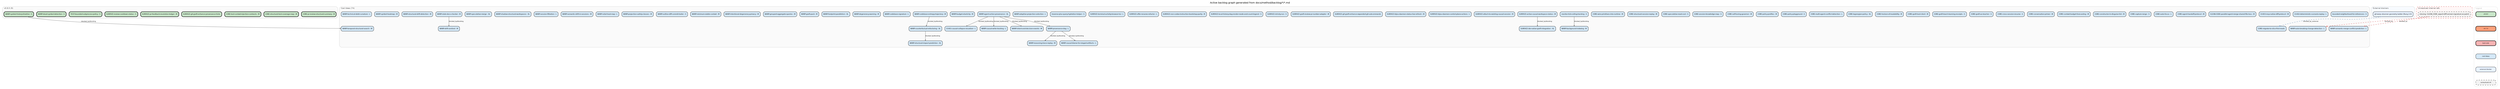
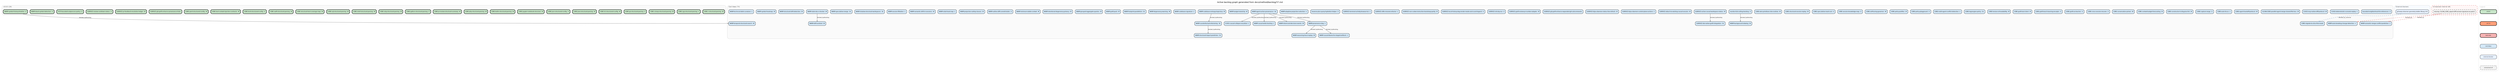
digraph backlog {
  rankdir=TB
  fontname="Helvetica"
  label="Active backlog graph generated from docs/method/backlog/*/*.md"
  labelloc=t
  fontsize=12
  node [shape=box style="rounded,filled" fontname="Helvetica" fontsize=8 margin="0.1,0.05" height=0.35]
  edge [color="#666666" arrowsize=0.5 fontname="Helvetica" fontsize=7]
  newrank=true
  ranksep=0.55
  nodesep=0.2

  subgraph cluster_v0_8_0 {
-     label="v0.8.0 (9)" labeljust=l fontsize=9 fontcolor="#555555"
+     label="v0.8.0 (26)" labeljust=l fontsize=9 fontcolor="#555555"
    style=rounded color="#cccccc" bgcolor="#fafafa"
+     v0_8_0_CORE_c_structural_parsing [label="CORE-c-structural-parsing - M" fillcolor="#C8E6C9" penwidth=2]
+     v0_8_0_CORE_cpp_structural_parsing [label="CORE-cpp-structural-parsing - L" fillcolor="#C8E6C9" penwidth=2]
+     v0_8_0_CORE_csharp_structural_parsing [label="CORE-csharp-structural-parsing - M" fillcolor="#C8E6C9" penwidth=2]
+     v0_8_0_CORE_go_structural_parsing [label="CORE-go-structural-parsing - S" fillcolor="#C8E6C9" penwidth=2]
+     v0_8_0_CORE_hcl_structured_config [label="CORE-hcl-structured-config - M" fillcolor="#C8E6C9" penwidth=2]
+     v0_8_0_CORE_java_structural_parsing [label="CORE-java-structural-parsing - M" fillcolor="#C8E6C9" penwidth=2]
+     v0_8_0_CORE_json_structured_config [label="CORE-json-structured-config - S" fillcolor="#C8E6C9" penwidth=2]
+     v0_8_0_CORE_jupyter_notebook_structure [label="CORE-jupyter-notebook-structure - M" fillcolor="#C8E6C9" penwidth=2]
+     v0_8_0_CORE_kotlin_structural_parsing [label="CORE-kotlin-structural-parsing - M" fillcolor="#C8E6C9" penwidth=2]
+     v0_8_0_CORE_php_structural_parsing [label="CORE-php-structural-parsing - M" fillcolor="#C8E6C9" penwidth=2]
    v0_8_0_CORE_pr_review_structural_summary [label="CORE-pr-review-structural-summary - M" fillcolor="#C8E6C9" penwidth=2]
+     v0_8_0_CORE_python_structural_parsing [label="CORE-python-structural-parsing - S" fillcolor="#C8E6C9" penwidth=2]
+     v0_8_0_CORE_ruby_structural_parsing [label="CORE-ruby-structural-parsing - M" fillcolor="#C8E6C9" penwidth=2]
+     v0_8_0_CORE_shell_structural_parsing [label="CORE-shell-structural-parsing - M" fillcolor="#C8E6C9" penwidth=2]
+     v0_8_0_CORE_sql_structural_parsing [label="CORE-sql-structural-parsing - M" fillcolor="#C8E6C9" penwidth=2]
    v0_8_0_CORE_structural_test_coverage_map [label="CORE-structural-test-coverage-map - M" fillcolor="#C8E6C9" penwidth=2]
+     v0_8_0_CORE_swift_structural_parsing [label="CORE-swift-structural-parsing - M" fillcolor="#C8E6C9" penwidth=2]
+     v0_8_0_CORE_toml_structured_config [label="CORE-toml-structured-config - S" fillcolor="#C8E6C9" penwidth=2]
    v0_8_0_CORE_tool_context_injection_contracts [label="CORE-tool-context-injection-contracts - M" fillcolor="#C8E6C9" penwidth=2]
+     v0_8_0_CORE_yaml_structured_config [label="CORE-yaml-structured-config - M" fillcolor="#C8E6C9" penwidth=2]
    v0_8_0_SURFACE_git_graft_enhance_provenance_hints [label="SURFACE-git-graft-enhance-provenance-hints" fillcolor="#C8E6C9" penwidth=2]
    v0_8_0_SURFACE_pr_feedback_resolution_ledger [label="SURFACE-pr-feedback-resolution-ledger - M" fillcolor="#C8E6C9" penwidth=2]
    v0_8_0_SURFACE_review_cooldown_status [label="SURFACE-review-cooldown-status - S" fillcolor="#C8E6C9" penwidth=2]
    v0_8_0_TEST_bounded_subprocess_policy [label="TEST-bounded-subprocess-policy - S" fillcolor="#C8E6C9" penwidth=2]
    v0_8_0_WARP_dead_symbol_detection [label="WARP-dead-symbol-detection - S" fillcolor="#C8E6C9" penwidth=2]
    v0_8_0_WARP_symbol_history_timeline [label="WARP-symbol-history-timeline - S" fillcolor="#C8E6C9" penwidth=2]
  }

  subgraph cluster_cool_ideas {
    label="Cool Ideas (74)" labeljust=l fontsize=9 fontcolor="#555555"
    style=rounded color="#cccccc" bgcolor="#fafafa"
    cool_ideas_bounded_neighborhood_for_references [label="bounded-neighborhood-for-references - S" fillcolor="#D4E8F7" penwidth=1]
    cool_ideas_CI_001_causal_collapse_visualizer [label="CI-001-causal-collapse-visualizer - L" fillcolor="#D4E8F7" penwidth=1]
    cool_ideas_CI_002_deterministic_scenario_replay [label="CI-002-deterministic-scenario-replay - L" fillcolor="#D4E8F7" penwidth=1]
    cool_ideas_CI_003_mcp_native_diff_protocol [label="CI-003-mcp-native-diff-protocol - M" fillcolor="#D4E8F7" penwidth=1]
    cool_ideas_CLEAN_CODE_parallel_agent_merge_shared_file_loss [label="CLEAN-CODE-parallel-agent-merge-shared-file-loss - M" fillcolor="#D4E8F7" penwidth=1]
    cool_ideas_CORE_agent_handoff_protocol [label="CORE-agent-handoff-protocol - M" fillcolor="#D4E8F7" penwidth=1]
    cool_ideas_CORE_auto_focus [label="CORE-auto-focus - L" fillcolor="#D4E8F7" penwidth=1]
    cool_ideas_CORE_capture_range [label="CORE-capture-range - S" fillcolor="#D4E8F7" penwidth=1]
    cool_ideas_CORE_constructor_in_disguise_lint [label="CORE-constructor-in-disguise-lint - M" fillcolor="#D4E8F7" penwidth=1]
    cool_ideas_CORE_context_budget_forecasting [label="CORE-context-budget-forecasting - M" fillcolor="#D4E8F7" penwidth=1]
    cool_ideas_CORE_conversation_primer [label="CORE-conversation-primer - M" fillcolor="#D4E8F7" penwidth=1]
    cool_ideas_CORE_cross_session_resume [label="CORE-cross-session-resume - S" fillcolor="#D4E8F7" penwidth=1]
    cool_ideas_CORE_graft_as_teacher [label="CORE-graft-as-teacher - S" fillcolor="#D4E8F7" penwidth=1]
    cool_ideas_CORE_graft_teach_learning_receipts [label="CORE-graft-teach-learning-receipts - S" fillcolor="#D4E8F7" penwidth=1]
    cool_ideas_CORE_graft_tool_client [label="CORE-graft-tool-client - M" fillcolor="#D4E8F7" penwidth=1]
    cool_ideas_CORE_horizon_of_readability [label="CORE-horizon-of-readability - M" fillcolor="#D4E8F7" penwidth=1]
    cool_ideas_CORE_lagrangian_policy [label="CORE-lagrangian-policy - XL" fillcolor="#D4E8F7" penwidth=1]
    cool_ideas_CORE_migrate_to_slice_first_reads [label="CORE-migrate-to-slice-first-reads" fillcolor="#D4E8F7" penwidth=1]
    cool_ideas_CORE_multi_agent_conflict_detection [label="CORE-multi-agent-conflict-detection - L" fillcolor="#D4E8F7" penwidth=1]
    cool_ideas_CORE_policy_playground [label="CORE-policy-playground - S" fillcolor="#D4E8F7" penwidth=1]
    cool_ideas_CORE_policy_profiles [label="CORE-policy-profiles - M" fillcolor="#D4E8F7" penwidth=1]
    cool_ideas_CORE_self_tuning_governor [label="CORE-self-tuning-governor - M" fillcolor="#D4E8F7" penwidth=1]
    cool_ideas_CORE_session_knowledge_map [label="CORE-session-knowledge-map - S" fillcolor="#D4E8F7" penwidth=1]
    cool_ideas_CORE_speculative_read_cost [label="CORE-speculative-read-cost - S" fillcolor="#D4E8F7" penwidth=1]
    cool_ideas_CORE_structural_session_replay [label="CORE-structural-session-replay - M" fillcolor="#D4E8F7" penwidth=1]
    cool_ideas_CORE_wire_primitives_into_runtime [label="CORE-wire-primitives-into-runtime - M" fillcolor="#D4E8F7" penwidth=1]
    cool_ideas_monitor_tick_ceiling_tracking [label="monitor-tick-ceiling-tracking - S" fillcolor="#D4E8F7" penwidth=1]
    cool_ideas_SURFACE_active_causal_workspace_status [label="SURFACE-active-causal-workspace-status - M" fillcolor="#D4E8F7" penwidth=1]
    cool_ideas_SURFACE_attach_to_existing_causal_session [label="SURFACE-attach-to-existing-causal-session - M" fillcolor="#D4E8F7" penwidth=1]
    cool_ideas_SURFACE_bijou_daemon_control_plane_actions [label="SURFACE-bijou-daemon-control-plane-actions - L" fillcolor="#D4E8F7" penwidth=1]
    cool_ideas_SURFACE_bijou_daemon_status_live_refresh [label="SURFACE-bijou-daemon-status-live-refresh - M" fillcolor="#D4E8F7" penwidth=1]
    cool_ideas_SURFACE_git_graft_enhance_expanded_git_subcommands [label="SURFACE-git-graft-enhance-expanded-git-subcommands" fillcolor="#D4E8F7" penwidth=1]
    cool_ideas_SURFACE_graft_review_pr_number_adapter [label="SURFACE-graft-review-pr-number-adapter - M" fillcolor="#D4E8F7" penwidth=1]
    cool_ideas_SURFACE_ide_native_graft_integration [label="SURFACE-ide-native-graft-integration - XL" fillcolor="#D4E8F7" penwidth=1]
    cool_ideas_SURFACE_init_dry_run [label="SURFACE-init-dry-run - S" fillcolor="#D4E8F7" penwidth=1]
    cool_ideas_SURFACE_local_history_dag_render_mode_and_count_legend [label="SURFACE-local-history-dag-render-mode-and-count-legend - S" fillcolor="#D4E8F7" penwidth=1]
    cool_ideas_SURFACE_non_codex_instruction_bootstrap_parity [label="SURFACE-non-codex-instruction-bootstrap-parity - M" fillcolor="#D4E8F7" penwidth=1]
    cool_ideas_SURFACE_offer_rename_refactor [label="SURFACE-offer-rename-refactor - L" fillcolor="#D4E8F7" penwidth=1]
    cool_ideas_SURFACE_terminal_activity_browser_tui [label="SURFACE-terminal-activity-browser-tui - L" fillcolor="#D4E8F7" penwidth=1]
    cool_ideas_traverse_plus_query_hydration_helper [label="traverse-plus-query-hydration-helper - S" fillcolor="#D4E8F7" penwidth=1]
    cool_ideas_WARP_adaptive_projection_selection [label="WARP-adaptive-projection-selection - L" fillcolor="#D4E8F7" penwidth=1]
    cool_ideas_WARP_agent_action_provenance [label="WARP-agent-action-provenance - XL" fillcolor="#D4E8F7" penwidth=1]
    cool_ideas_WARP_auto_breaking_change_detection [label="WARP-auto-breaking-change-detection - L" fillcolor="#D4E8F7" penwidth=1]
    cool_ideas_WARP_background_indexing [label="WARP-background-indexing - M" fillcolor="#D4E8F7" penwidth=1]
    cool_ideas_WARP_budget_elasticity [label="WARP-budget-elasticity - M" fillcolor="#D4E8F7" penwidth=1]
    cool_ideas_WARP_causal_blame_for_staged_artifacts [label="WARP-causal-blame-for-staged-artifacts - L" fillcolor="#D4E8F7" penwidth=1]
    cool_ideas_WARP_causal_write_tracking [label="WARP-causal-write-tracking - L" fillcolor="#D4E8F7" penwidth=1]
    cool_ideas_WARP_codebase_entropy_trajectory [label="WARP-codebase-entropy-trajectory - M" fillcolor="#D4E8F7" penwidth=1]
    cool_ideas_WARP_codebase_signature [label="WARP-codebase-signature - L" fillcolor="#D4E8F7" penwidth=1]
    cool_ideas_WARP_counterfactual_refactoring [label="WARP-counterfactual-refactoring - XL" fillcolor="#D4E8F7" penwidth=1]
    cool_ideas_WARP_degeneracy_warning [label="WARP-degeneracy-warning - M" fillcolor="#D4E8F7" penwidth=1]
    cool_ideas_WARP_drift_sentinel [label="WARP-drift-sentinel - M" fillcolor="#D4E8F7" penwidth=1]
    cool_ideas_WARP_footprint_parallelism [label="WARP-footprint-parallelism - XL" fillcolor="#D4E8F7" penwidth=1]
    cool_ideas_WARP_graft_pack [label="WARP-graft-pack - M" fillcolor="#D4E8F7" penwidth=1]
    cool_ideas_WARP_grouped_aggregate_queries [label="WARP-grouped-aggregate-queries - M" fillcolor="#D4E8F7" penwidth=1]
    cool_ideas_WARP_intent_and_decision_events [label="WARP-intent-and-decision-events - M" fillcolor="#D4E8F7" penwidth=1]
    cool_ideas_WARP_intentional_degeneracy_privacy [label="WARP-intentional-degeneracy-privacy - M" fillcolor="#D4E8F7" penwidth=1]
    cool_ideas_WARP_minimum_viable_context [label="WARP-minimum-viable-context - M" fillcolor="#D4E8F7" penwidth=1]
    cool_ideas_WARP_outline_diff_commit_trailer [label="WARP-outline-diff-commit-trailer - S" fillcolor="#D4E8F7" penwidth=1]
    cool_ideas_WARP_projection_safety_classes [label="WARP-projection-safety-classes - M" fillcolor="#D4E8F7" penwidth=1]
    cool_ideas_WARP_provenance_dag [label="WARP-provenance-dag - L" fillcolor="#D4E8F7" penwidth=1]
    cool_ideas_WARP_reasoning_trace_replay [label="WARP-reasoning-trace-replay - M" fillcolor="#D4E8F7" penwidth=1]
    cool_ideas_WARP_rulial_heat_map [label="WARP-rulial-heat-map - L" fillcolor="#D4E8F7" penwidth=1]
    cool_ideas_WARP_semantic_drift_in_sessions [label="WARP-semantic-drift-in-sessions - M" fillcolor="#D4E8F7" penwidth=1]
    cool_ideas_WARP_semantic_merge_conflict_prediction [label="WARP-semantic-merge-conflict-prediction - L" fillcolor="#D4E8F7" penwidth=1]
    cool_ideas_WARP_session_filtration [label="WARP-session-filtration - L" fillcolor="#D4E8F7" penwidth=1]
    cool_ideas_WARP_shadow_structural_workspaces [label="WARP-shadow-structural-workspaces - XL" fillcolor="#D4E8F7" penwidth=1]
    cool_ideas_WARP_speculative_merge [label="WARP-speculative-merge - XL" fillcolor="#D4E8F7" penwidth=1]
    cool_ideas_WARP_stale_docs_checker [label="WARP-stale-docs-checker - M" fillcolor="#D4E8F7" penwidth=1]
    cool_ideas_WARP_structural_drift_detection [label="WARP-structural-drift-detection - M" fillcolor="#D4E8F7" penwidth=1]
    cool_ideas_WARP_structural_impact_prediction [label="WARP-structural-impact-prediction - XL" fillcolor="#D4E8F7" penwidth=1]
    cool_ideas_WARP_symbol_heatmap [label="WARP-symbol-heatmap - M" fillcolor="#D4E8F7" penwidth=1]
    cool_ideas_WARP_technical_debt_curvature [label="WARP-technical-debt-curvature - L" fillcolor="#D4E8F7" penwidth=1]
    cool_ideas_WARP_temporal_structural_search [label="WARP-temporal-structural-search - M" fillcolor="#D4E8F7" penwidth=1]
  }

  subgraph cluster_external {
    label="External blockers" labeljust=l fontsize=9 fontcolor="#555555"
    style=rounded color="#cccccc" bgcolor="#f8fbff"
    external_git_warp_observer_geometry_ladder__Rung_2_4_ [label="git-warp observer geometry ladder (Rung 2-4)" fillcolor="#E8F2FF" penwidth=1]
  }

  subgraph cluster_unresolved {
    label="Unresolved internal refs" labeljust=l fontsize=9 fontcolor="#555555"
    style="rounded,dashed" color="#cc3333" bgcolor="#fff7f7"
    unresolved_CLEAN_CODE_export_diff_semver_signature_as_patch [label="missing: CLEAN_CODE_export-diff-semver-signature-as-patch" fillcolor="#F2F2F2" penwidth=1 style="rounded,dashed,filled"]
  }

  cool_ideas_monitor_tick_ceiling_tracking -> cool_ideas_WARP_background_indexing [label="blocked_by/blocking"]
  cool_ideas_SURFACE_active_causal_workspace_status -> cool_ideas_SURFACE_ide_native_graft_integration [label="blocked_by/blocking"]
  cool_ideas_WARP_agent_action_provenance -> cool_ideas_CI_001_causal_collapse_visualizer [label="blocked_by/blocking"]
  cool_ideas_WARP_agent_action_provenance -> cool_ideas_WARP_causal_write_tracking [label="blocked_by/blocking"]
  cool_ideas_WARP_agent_action_provenance -> cool_ideas_WARP_intent_and_decision_events [label="blocked_by/blocking"]
  cool_ideas_WARP_agent_action_provenance -> cool_ideas_WARP_provenance_dag [label="blocked_by/blocking"]
  cool_ideas_WARP_codebase_entropy_trajectory -> cool_ideas_WARP_counterfactual_refactoring [label="blocked_by/blocking"]
  cool_ideas_WARP_counterfactual_refactoring -> cool_ideas_WARP_structural_impact_prediction [label="blocked_by/blocking"]
  cool_ideas_WARP_provenance_dag -> cool_ideas_WARP_causal_blame_for_staged_artifacts [label="blocked_by/blocking"]
  cool_ideas_WARP_provenance_dag -> cool_ideas_WARP_reasoning_trace_replay [label="blocked_by/blocking"]
  cool_ideas_WARP_stale_docs_checker -> cool_ideas_WARP_drift_sentinel [label="blocked_by/blocking"]
  external_git_warp_observer_geometry_ladder__Rung_2_4_ -> cool_ideas_CORE_migrate_to_slice_first_reads [label="blocked_by_external" style=dashed color="#4477AA"]
  unresolved_CLEAN_CODE_export_diff_semver_signature_as_patch -> cool_ideas_WARP_auto_breaking_change_detection [label="blocked_by" style=dashed color="#CC3333"]
  unresolved_CLEAN_CODE_export_diff_semver_signature_as_patch -> cool_ideas_WARP_semantic_merge_conflict_prediction [label="blocked_by" style=dashed color="#CC3333"]
  v0_8_0_WARP_symbol_history_timeline -> cool_ideas_WARP_temporal_structural_search [label="blocked_by/blocking"]

  subgraph cluster_legend {
    label="Legend" labeljust=l fontsize=8 fontcolor="#aaaaaa"
    style=rounded color="#dddddd"
    node [fontsize=7 width=1.4]
    leg_v08 [label="v0.8.0" fillcolor="#C8E6C9" penwidth=2]
    leg_v07 [label="v0.7.0" fillcolor="#FFA07A" penwidth=2]
    leg_bad [label="bad-code" fillcolor="#F6B3B3" penwidth=2]
    leg_idea [label="cool-ideas" fillcolor="#D4E8F7" penwidth=1]
    leg_external [label="external blocker" fillcolor="#E8F2FF" penwidth=1]
    leg_unresolved [label="unresolved ref" fillcolor="#F2F2F2" penwidth=1 style="rounded,dashed,filled"]
    leg_v08 -> leg_v07 [style=invis]
    leg_v07 -> leg_bad [style=invis]
    leg_bad -> leg_idea [style=invis]
    leg_idea -> leg_external [style=invis]
    leg_external -> leg_unresolved [style=invis]
  }
}
